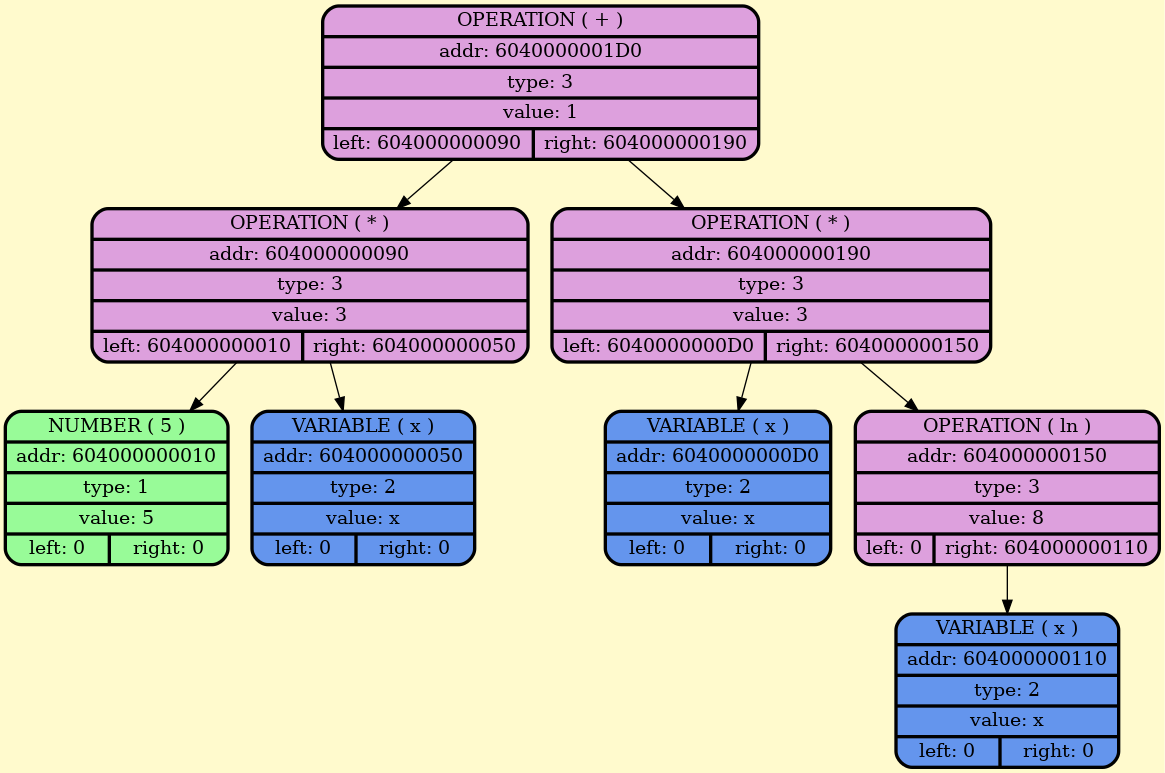
Above: dumpGraph/root.png in BulgakovDmitry/differentiator (Graphviz), before the change. Its source is kept beside it as dumpGraph/root.gv.
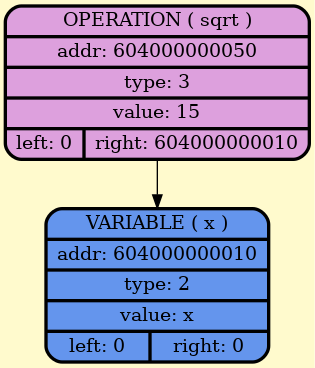
After the commit.

The edit, as a diff of the source:
```diff
@@ -2,19 +2,7 @@
     node [style=filled, fontcolor=darkblue, fillcolor=peachpuff, color="#252A34", penwidth=2.5];
     bgcolor="lemonchiffon";
 
-node_0x6040000001d0 [shape=Mrecord; style = filled; fillcolor=plum; color = "#000000"; fontcolor = "#000000";label=" {OPERATION ( + ) | addr: 6040000001D0 | type: 3 | value: 1 | {left: 604000000090 | right: 604000000190}} "];
-node_0x604000000090 [shape=Mrecord; style = filled; fillcolor=plum; color = "#000000"; fontcolor = "#000000";label=" {OPERATION ( * ) | addr: 604000000090 | type: 3 | value: 3 | {left: 604000000010 | right: 604000000050}} "];
-    node_0x604000000010 [shape=Mrecord; style = filled; fillcolor = palegreen; color = "#000000"; fontcolor = "#000000";  label="  {NUMBER ( 5 )| addr: 604000000010 | type: 1| value: 5 | {left: 0 | right: 0}} "];
-    node_0x604000000050 [shape=Mrecord; style = filled; fillcolor = cornflowerblue; color = "#000000"; fontcolor = "#000000";  label="  {VARIABLE ( x )| addr: 604000000050 | type: 2| value: x | {left: 0 | right: 0}} "];
-node_0x604000000190 [shape=Mrecord; style = filled; fillcolor=plum; color = "#000000"; fontcolor = "#000000";label=" {OPERATION ( * ) | addr: 604000000190 | type: 3 | value: 3 | {left: 6040000000D0 | right: 604000000150}} "];
-    node_0x6040000000d0 [shape=Mrecord; style = filled; fillcolor = cornflowerblue; color = "#000000"; fontcolor = "#000000";  label="  {VARIABLE ( x )| addr: 6040000000D0 | type: 2| value: x | {left: 0 | right: 0}} "];
-node_0x604000000150 [shape=Mrecord; style = filled; fillcolor=plum; color = "#000000"; fontcolor = "#000000";label=" {OPERATION ( ln ) | addr: 604000000150 | type: 3 | value: 8 | {left: 0 | right: 604000000110}} "];
-    node_0x604000000110 [shape=Mrecord; style = filled; fillcolor = cornflowerblue; color = "#000000"; fontcolor = "#000000";  label="  {VARIABLE ( x )| addr: 604000000110 | type: 2| value: x | {left: 0 | right: 0}} "];
-    node_0x6040000001d0 -> node_0x604000000090;
-    node_0x604000000090 -> node_0x604000000010;
-    node_0x604000000090 -> node_0x604000000050;
-    node_0x6040000001d0 -> node_0x604000000190;
-    node_0x604000000190 -> node_0x6040000000d0;
-    node_0x604000000190 -> node_0x604000000150;
-    node_0x604000000150 -> node_0x604000000110;
+node_0x604000000050 [shape=Mrecord; style = filled; fillcolor=plum; color = "#000000"; fontcolor = "#000000";label=" {OPERATION ( sqrt ) | addr: 604000000050 | type: 3 | value: 15 | {left: 0 | right: 604000000010}} "];
+    node_0x604000000010 [shape=Mrecord; style = filled; fillcolor = cornflowerblue; color = "#000000"; fontcolor = "#000000";  label="  {VARIABLE ( x )| addr: 604000000010 | type: 2| value: x | {left: 0 | right: 0}} "];
+    node_0x604000000050 -> node_0x604000000010;
 }
```
